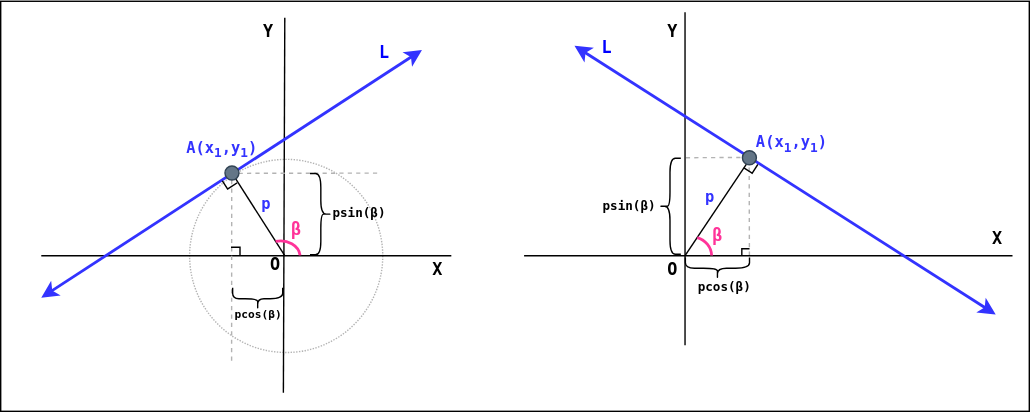
Earlier version of the draw.io export public/diagrams/line-normal-form.svg (datkumar/code-journal). Source tidied: cells renumbered, new cells last; positions are measured from the earlier drawing's top-left corner, leaving out a move shared by most shapes.
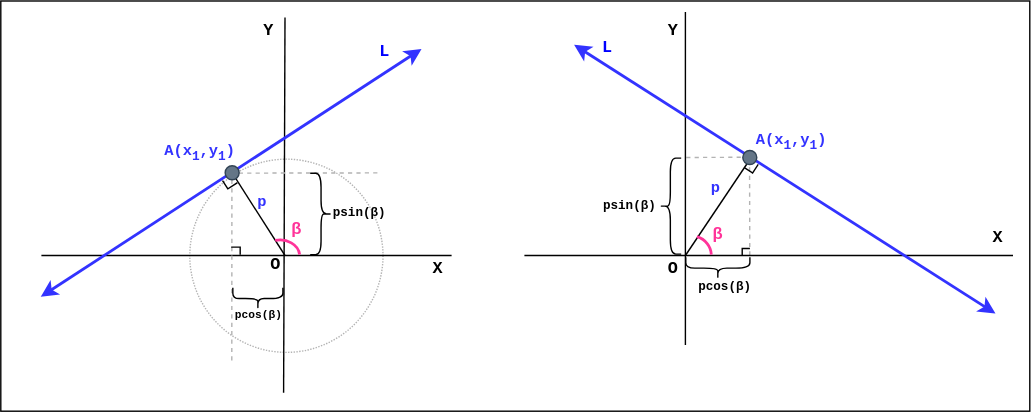
Later version of the same file.

Change to the diagram source:
```diff
@@ -2,10 +2,10 @@
   <root>
     <mxCell id="0" />
     <mxCell id="1" parent="0" />
-    <mxCell id="2" style="rounded=0;whiteSpace=wrap;html=1;fillStyle=solid;fillColor=light-dark(#FFFFFF,#FFFFFF);" parent="1" vertex="1">
+    <mxCell id="2" style="rounded=0;whiteSpace=wrap;html=1;fillStyle=solid;fillColor=light-dark(#FFFFFF,#FFFFFF);fontFamily=monospace;" parent="1" vertex="1">
       <mxGeometry y="0.2" width="735" height="293" as="geometry" />
     </mxCell>
-    <mxCell id="3" style="ellipse;whiteSpace=wrap;html=1;dashed=1;strokeColor=light-dark(#B3B3B3,#B3B3B3);dashPattern=1 1;fillColor=none;" parent="1" vertex="1">
+    <mxCell id="3" style="ellipse;whiteSpace=wrap;html=1;dashed=1;strokeColor=light-dark(#B3B3B3,#B3B3B3);dashPattern=1 1;fillColor=none;fontFamily=monospace;" parent="1" vertex="1">
       <mxGeometry x="135" y="113.2" width="138" height="138" as="geometry" />
     </mxCell>
     <mxCell id="4" style="endArrow=none;html=1;strokeWidth=1;rounded=0;strokeColor=light-dark(#B3B3B3,#B3B3B3);fontFamily=monospace;fontColor=#000000;dashed=1;exitX=1.214;exitY=1.175;exitDx=0;exitDy=0;exitPerimeter=0;" parent="1" edge="1" source="31">
@@ -56,7 +56,7 @@
       </mxGeometry>
     </mxCell>
     <mxCell id="13" value="p" style="text;html=1;align=center;verticalAlign=middle;whiteSpace=wrap;rounded=0;fontFamily=monospace;fontColor=#3333FF;fontStyle=1;fontSize=11;" parent="1" vertex="1">
-      <mxGeometry x="496.2" y="129" width="21.8" height="21.1" as="geometry" />
+      <mxGeometry x="500.2" y="123" width="21.8" height="21.1" as="geometry" />
     </mxCell>
     <mxCell id="14" style="endArrow=classic;startArrow=classic;html=1;rounded=0;strokeColor=#3333FF;fontFamily=monospace;fontColor=#000000;strokeWidth=2;" parent="1" edge="1">
       <mxGeometry relative="1" as="geometry">
@@ -82,27 +82,27 @@
     <mxCell id="20" value="O" style="text;html=1;align=center;verticalAlign=middle;whiteSpace=wrap;rounded=0;fontFamily=monospace;fontStyle=1;fontColor=#000000;" parent="1" vertex="1">
       <mxGeometry x="470.5" y="182" width="19" height="20" as="geometry" />
     </mxCell>
-    <mxCell id="21" style="endArrow=none;html=1;strokeWidth=1;rounded=0;strokeColor=light-dark(#000000,#000000);" parent="1" edge="1" source="38">
+    <mxCell id="21" style="endArrow=none;html=1;strokeWidth=1;rounded=0;strokeColor=light-dark(#000000,#000000);fontFamily=monospace;" parent="1" edge="1" source="38">
       <mxGeometry relative="1" as="geometry">
         <mxPoint x="203" y="182" as="targetPoint" />
       </mxGeometry>
     </mxCell>
-    <mxCell id="22" style="shape=partialRectangle;whiteSpace=wrap;html=1;bottom=0;right=0;fillColor=none;rotation=-213;direction=south;strokeColor=light-dark(#000000,#000000);" parent="1" vertex="1">
+    <mxCell id="22" style="shape=partialRectangle;whiteSpace=wrap;html=1;bottom=0;right=0;fillColor=none;rotation=-213;direction=south;strokeColor=light-dark(#000000,#000000);fontFamily=monospace;" parent="1" vertex="1">
       <mxGeometry x="159.8" y="126.3" width="7.6" height="6.5" as="geometry" />
     </mxCell>
     <mxCell id="23" value="A(x&lt;sub&gt;1&lt;/sub&gt;,y&lt;sub&gt;1&lt;/sub&gt;)" style="text;html=1;align=center;verticalAlign=middle;whiteSpace=wrap;rounded=0;fontFamily=monospace;fontColor=#3333FF;fontStyle=1;fontSize=11;" parent="1" vertex="1">
-      <mxGeometry x="135" y="96" width="46.8" height="20" as="geometry" />
+      <mxGeometry x="112" y="99" width="60.8" height="20" as="geometry" />
     </mxCell>
     <mxCell id="24" value="p" style="text;html=1;align=center;verticalAlign=middle;whiteSpace=wrap;rounded=0;fontFamily=monospace;fontColor=#3333FF;fontStyle=1;fontSize=11;" parent="1" vertex="1">
-      <mxGeometry x="182.8" y="134.7" width="14" height="20" as="geometry" />
+      <mxGeometry x="179.8" y="133.7" width="14" height="20" as="geometry" />
     </mxCell>
-    <mxCell id="25" style="endArrow=none;html=1;strokeWidth=1;rounded=0;strokeColor=light-dark(#000000,#000000);" parent="1" edge="1">
+    <mxCell id="25" style="endArrow=none;html=1;strokeWidth=1;rounded=0;strokeColor=light-dark(#000000,#000000);fontFamily=monospace;" parent="1" edge="1">
       <mxGeometry relative="1" as="geometry">
         <mxPoint x="489" y="182" as="sourcePoint" />
         <mxPoint x="536" y="112" as="targetPoint" />
       </mxGeometry>
     </mxCell>
-    <mxCell id="26" style="verticalLabelPosition=bottom;verticalAlign=top;html=1;shape=mxgraph.basic.arc;startAngle=0.20951606611655907;endAngle=0.4836500337971437;fontColor=#000000;fillColor=light-dark(#000000,#000000);strokeColor=light-dark(#FF3399,#FF3399);rotation=-90;strokeWidth=2;" parent="1" vertex="1">
+    <mxCell id="26" style="verticalLabelPosition=bottom;verticalAlign=top;html=1;shape=mxgraph.basic.arc;startAngle=0.20951606611655907;endAngle=0.4836500337971437;fontColor=#000000;fillColor=light-dark(#000000,#000000);strokeColor=light-dark(#FF3399,#FF3399);rotation=-90;strokeWidth=2;fontFamily=monospace;" parent="1" vertex="1">
       <mxGeometry x="188.4" y="169" width="23.2" height="28" as="geometry" />
     </mxCell>
     <mxCell id="27" value="&lt;table&gt;&lt;tbody&gt;&lt;tr&gt;&lt;td&gt;&lt;span&gt;&lt;/span&gt;&lt;/td&gt;&lt;td&gt;&lt;span&gt;β&lt;/span&gt;&lt;/td&gt;&lt;/tr&gt;&lt;/tbody&gt;&lt;/table&gt;" style="text;html=1;align=center;verticalAlign=middle;whiteSpace=wrap;rounded=0;fontFamily=monospace;fontColor=light-dark(#FF3399,#FF3399);fontSize=12;fontStyle=1;" parent="1" vertex="1">
@@ -111,22 +111,22 @@
     <mxCell id="28" style="ellipse;whiteSpace=wrap;html=1;fillColor=#647687;strokeColor=#314354;fontColor=#000000;fontFamily=monospace;" parent="1" vertex="1">
       <mxGeometry x="530" y="107" width="10" height="10" as="geometry" />
     </mxCell>
-    <mxCell id="29" style="verticalLabelPosition=bottom;verticalAlign=top;html=1;shape=mxgraph.basic.arc;startAngle=0.05069971065855151;endAngle=0.2466847516000499;fontColor=#000000;fillColor=light-dark(#000000,#000000);strokeColor=light-dark(#FF3399,#FF3399);rotation=0;strokeWidth=2;" parent="1" vertex="1">
+    <mxCell id="29" style="verticalLabelPosition=bottom;verticalAlign=top;html=1;shape=mxgraph.basic.arc;startAngle=0.05069971065855151;endAngle=0.2466847516000499;fontColor=#000000;fillColor=light-dark(#000000,#000000);strokeColor=light-dark(#FF3399,#FF3399);rotation=0;strokeWidth=2;fontFamily=monospace;" parent="1" vertex="1">
       <mxGeometry x="478" y="168.4" width="30" height="27.6" as="geometry" />
     </mxCell>
     <mxCell id="30" value="&lt;table&gt;&lt;tbody&gt;&lt;tr&gt;&lt;td&gt;&lt;span&gt;&lt;/span&gt;&lt;/td&gt;&lt;td&gt;&lt;span&gt;β&lt;/span&gt;&lt;/td&gt;&lt;/tr&gt;&lt;/tbody&gt;&lt;/table&gt;" style="text;html=1;align=center;verticalAlign=middle;whiteSpace=wrap;rounded=0;fontFamily=monospace;fontColor=light-dark(#FF3399,#FF3399);fontSize=12;fontStyle=1;" parent="1" vertex="1">
       <mxGeometry x="504.1" y="162.4" width="13.2" height="11" as="geometry" />
     </mxCell>
-    <mxCell id="31" style="shape=partialRectangle;whiteSpace=wrap;html=1;bottom=0;right=0;fillColor=none;rotation=123;direction=south;strokeColor=light-dark(#000000,#000000);" parent="1" vertex="1">
+    <mxCell id="31" style="shape=partialRectangle;whiteSpace=wrap;html=1;bottom=0;right=0;fillColor=none;rotation=123;direction=south;strokeColor=light-dark(#000000,#000000);fontFamily=monospace;" parent="1" vertex="1">
       <mxGeometry x="532.6" y="115" width="7" height="6.7" as="geometry" />
     </mxCell>
-    <mxCell id="32" style="shape=curlyBracket;whiteSpace=wrap;html=1;rounded=1;flipH=1;labelPosition=right;verticalLabelPosition=middle;align=left;verticalAlign=middle;rotation=-180;strokeColor=light-dark(#000000,#000000);" parent="1" vertex="1">
+    <mxCell id="32" style="shape=curlyBracket;whiteSpace=wrap;html=1;rounded=1;flipH=1;labelPosition=right;verticalLabelPosition=middle;align=left;verticalAlign=middle;rotation=-180;strokeColor=light-dark(#000000,#000000);fontFamily=monospace;" parent="1" vertex="1">
       <mxGeometry x="470.5" y="112.4" width="15.5" height="68.6" as="geometry" />
     </mxCell>
     <mxCell id="33" value="psin(β)" style="text;html=1;align=center;verticalAlign=middle;whiteSpace=wrap;rounded=0;fontFamily=monospace;fontColor=light-dark(#000000,#000000);fontStyle=1;fontSize=9;" parent="1" vertex="1">
       <mxGeometry x="428" y="140.3" width="42.5" height="12.8" as="geometry" />
     </mxCell>
-    <mxCell id="34" style="shape=curlyBracket;whiteSpace=wrap;html=1;rounded=1;flipH=1;labelPosition=right;verticalLabelPosition=middle;align=left;verticalAlign=middle;rotation=-180;direction=south;strokeColor=light-dark(#000000,#000000);" parent="1" vertex="1">
+    <mxCell id="34" style="shape=curlyBracket;whiteSpace=wrap;html=1;rounded=1;flipH=1;labelPosition=right;verticalLabelPosition=middle;align=left;verticalAlign=middle;rotation=-180;direction=south;strokeColor=light-dark(#000000,#000000);fontFamily=monospace;" parent="1" vertex="1">
       <mxGeometry x="489.2" y="183.2" width="45.8" height="15.5" as="geometry" />
     </mxCell>
     <mxCell id="35" value="pcos(β)" style="text;html=1;align=center;verticalAlign=middle;whiteSpace=wrap;rounded=0;fontFamily=monospace;fontColor=light-dark(#000000,#000000);fontStyle=1;fontSize=9;" parent="1" vertex="1">
@@ -147,26 +147,26 @@
     <mxCell id="38" style="ellipse;whiteSpace=wrap;html=1;fillColor=#647687;strokeColor=#314354;fontColor=#000000;fontFamily=monospace;" parent="1" vertex="1">
       <mxGeometry x="160.2" y="117.9" width="10" height="10" as="geometry" />
     </mxCell>
-    <mxCell id="39" style="shape=curlyBracket;whiteSpace=wrap;html=1;rounded=1;flipH=1;labelPosition=right;verticalLabelPosition=middle;align=left;verticalAlign=middle;rotation=-180;direction=west;strokeColor=light-dark(#000000,#000000);" parent="1" vertex="1">
+    <mxCell id="39" style="shape=curlyBracket;whiteSpace=wrap;html=1;rounded=1;flipH=1;labelPosition=right;verticalLabelPosition=middle;align=left;verticalAlign=middle;rotation=-180;direction=west;strokeColor=light-dark(#000000,#000000);fontFamily=monospace;" parent="1" vertex="1">
       <mxGeometry x="221" y="123.3" width="15.5" height="58.1" as="geometry" />
     </mxCell>
     <mxCell id="40" value="psin(β)" style="text;html=1;align=center;verticalAlign=middle;whiteSpace=wrap;rounded=0;fontFamily=monospace;fontColor=light-dark(#000000,#000000);fontStyle=1;fontSize=9;" parent="1" vertex="1">
       <mxGeometry x="235.3" y="145.1" width="43.4" height="12.8" as="geometry" />
     </mxCell>
-    <mxCell id="41" style="shape=curlyBracket;whiteSpace=wrap;html=1;rounded=1;flipH=1;labelPosition=right;verticalLabelPosition=middle;align=left;verticalAlign=middle;rotation=-180;direction=south;strokeColor=light-dark(#000000,#000000);" parent="1" vertex="1">
+    <mxCell id="41" style="shape=curlyBracket;whiteSpace=wrap;html=1;rounded=1;flipH=1;labelPosition=right;verticalLabelPosition=middle;align=left;verticalAlign=middle;rotation=-180;direction=south;strokeColor=light-dark(#000000,#000000);fontFamily=monospace;" parent="1" vertex="1">
       <mxGeometry x="165.7" y="205" width="35.8" height="15.5" as="geometry" />
     </mxCell>
     <mxCell id="42" value="pcos(β)" style="text;html=1;align=center;verticalAlign=middle;whiteSpace=wrap;rounded=0;fontFamily=monospace;fontColor=light-dark(#000000,#000000);fontStyle=1;fontSize=8;" parent="1" vertex="1">
       <mxGeometry x="163.1" y="218" width="43.4" height="12.8" as="geometry" />
     </mxCell>
-    <mxCell id="43" style="shape=partialRectangle;whiteSpace=wrap;html=1;bottom=0;right=0;fillColor=none;rotation=0;direction=south;strokeColor=light-dark(#000000,#000000);" parent="1" vertex="1">
+    <mxCell id="43" style="shape=partialRectangle;whiteSpace=wrap;html=1;bottom=0;right=0;fillColor=none;rotation=0;direction=south;strokeColor=light-dark(#000000,#000000);fontFamily=monospace;" parent="1" vertex="1">
       <mxGeometry x="165.1" y="176" width="5.9" height="5" as="geometry" />
     </mxCell>
-    <mxCell id="44" style="shape=partialRectangle;whiteSpace=wrap;html=1;bottom=0;right=0;fillColor=none;rotation=0;direction=east;strokeColor=light-dark(#000000,#000000);" parent="1" vertex="1">
+    <mxCell id="44" style="shape=partialRectangle;whiteSpace=wrap;html=1;bottom=0;right=0;fillColor=none;rotation=0;direction=east;strokeColor=light-dark(#000000,#000000);fontFamily=monospace;" parent="1" vertex="1">
       <mxGeometry x="529.6" y="177" width="5" height="4.4" as="geometry" />
     </mxCell>
     <mxCell id="45" value="A(x&lt;sub&gt;1&lt;/sub&gt;,y&lt;sub&gt;1&lt;/sub&gt;)" style="text;html=1;align=center;verticalAlign=middle;whiteSpace=wrap;rounded=0;fontFamily=monospace;fontColor=#3333FF;fontStyle=1;fontSize=11;" parent="1" vertex="1">
-      <mxGeometry x="542" y="92.4" width="46.8" height="20" as="geometry" />
+      <mxGeometry x="537" y="91.4" width="56" height="20" as="geometry" />
     </mxCell>
   </root>
 </mxGraphModel>
```
